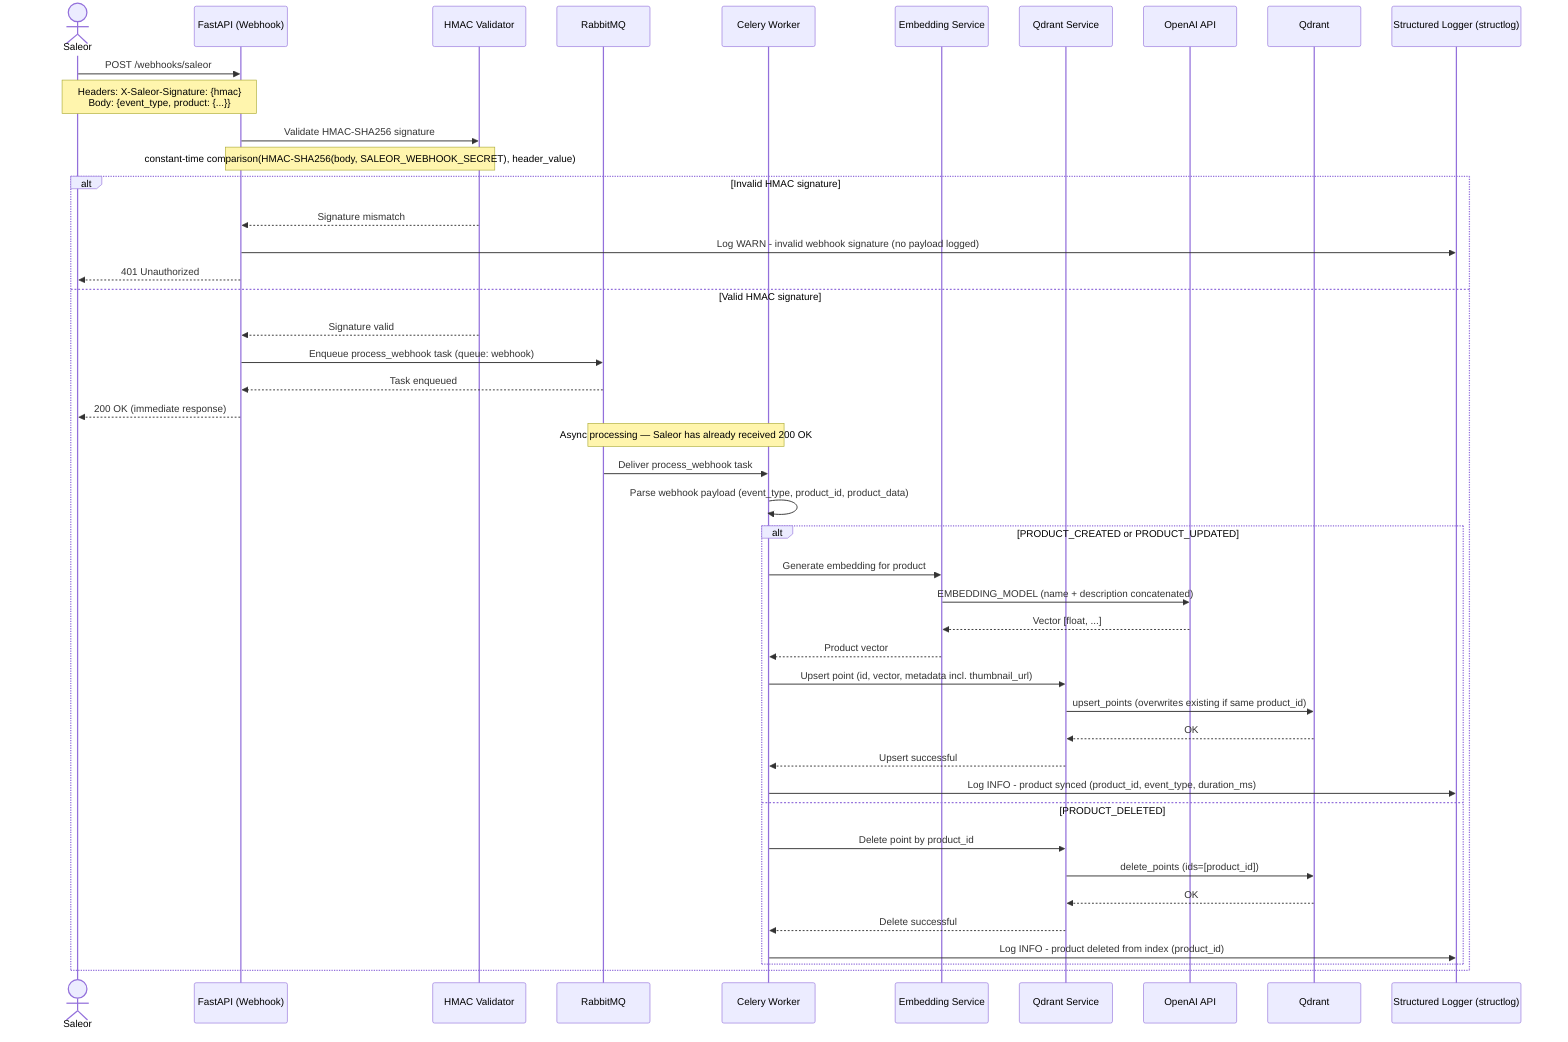
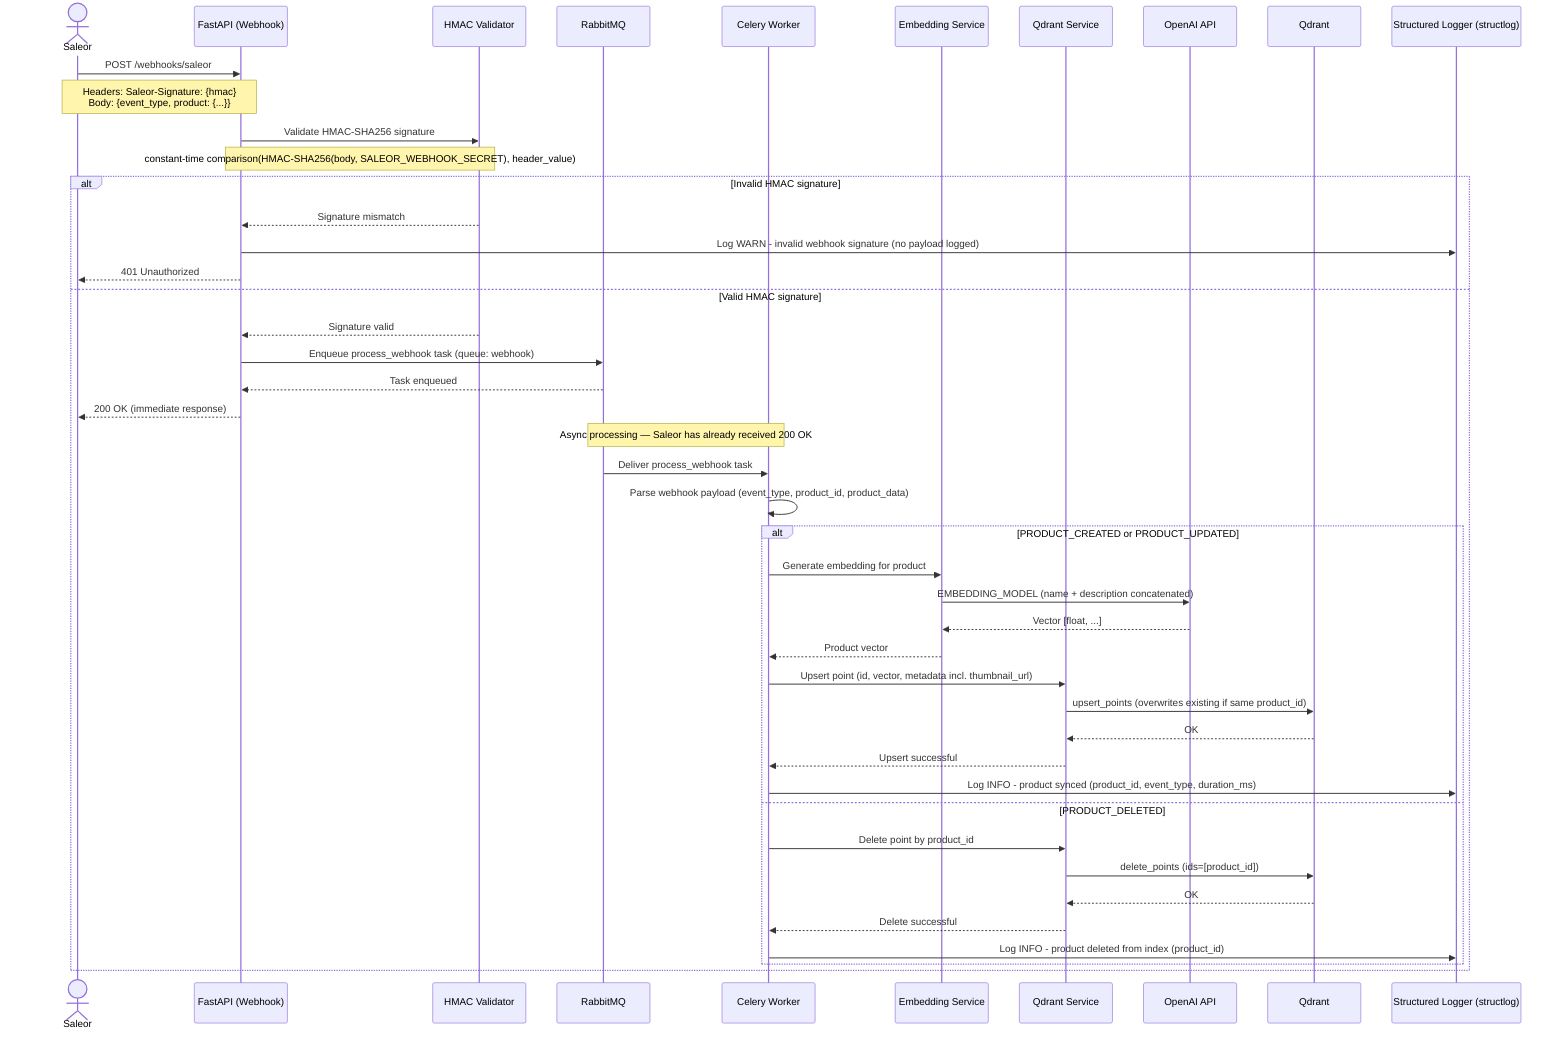
%% Saleor Webhook Product Sync — Sequence Diagram
%% Covers UC-009 (Sync on Create), UC-010 (Sync on Update), UC-011 (Sync on Delete)
%% Webhook handler returns 200 immediately; Celery worker processes async
%% Reference: docs/analysis/01-USE-CASE-ANALYSIS.md

sequenceDiagram
    actor Saleor
    participant API as FastAPI (Webhook)
    participant HMAC as HMAC Validator
    participant MQ as RabbitMQ
    participant Worker as Celery Worker
    participant EmbSvc as Embedding Service
    participant QSvc as Qdrant Service
    participant OpenAI as OpenAI API
    participant Qdrant as Qdrant
    participant Logger as Structured Logger (structlog)

    Saleor->>API: POST /webhooks/saleor
-     Note over Saleor,API: Headers: X-Saleor-Signature: {hmac}<br/>Body: {event_type, product: {...}}
+     Note over Saleor,API: Headers: Saleor-Signature: {hmac}<br/>Body: {event_type, product: {...}}

    API->>HMAC: Validate HMAC-SHA256 signature
    Note over API,HMAC: constant-time comparison(HMAC-SHA256(body, SALEOR_WEBHOOK_SECRET), header_value)

    alt Invalid HMAC signature
        HMAC-->>API: Signature mismatch
        API->>Logger: Log WARN - invalid webhook signature (no payload logged)
        API-->>Saleor: 401 Unauthorized
    else Valid HMAC signature
        HMAC-->>API: Signature valid
        API->>MQ: Enqueue process_webhook task (queue: webhook)
        MQ-->>API: Task enqueued
        API-->>Saleor: 200 OK (immediate response)

        Note over MQ, Worker: Async processing — Saleor has already received 200 OK

        MQ->>Worker: Deliver process_webhook task
        Worker->>Worker: Parse webhook payload (event_type, product_id, product_data)

        alt PRODUCT_CREATED or PRODUCT_UPDATED
            Worker->>EmbSvc: Generate embedding for product
            EmbSvc->>OpenAI: EMBEDDING_MODEL (name + description concatenated)
            OpenAI-->>EmbSvc: Vector [float, ...]
            EmbSvc-->>Worker: Product vector

            Worker->>QSvc: Upsert point (id, vector, metadata incl. thumbnail_url)
            QSvc->>Qdrant: upsert_points (overwrites existing if same product_id)
            Qdrant-->>QSvc: OK
            QSvc-->>Worker: Upsert successful

            Worker->>Logger: Log INFO - product synced (product_id, event_type, duration_ms)

        else PRODUCT_DELETED
            Worker->>QSvc: Delete point by product_id
            QSvc->>Qdrant: delete_points (ids=[product_id])
            Qdrant-->>QSvc: OK
            QSvc-->>Worker: Delete successful

            Worker->>Logger: Log INFO - product deleted from index (product_id)
        end
    end
